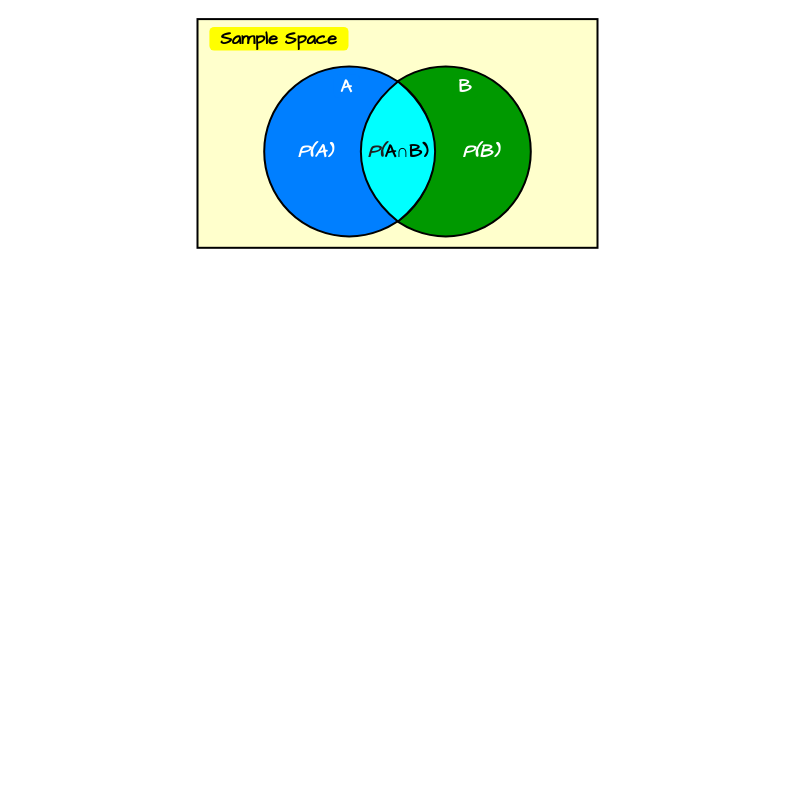
The draw.io diagram Computer Science/Foundations of Computing/Module 03 Probability/resources/Drawings.drawio in ByteToBits/CompScience, before the edit. Source tidied: cells renumbered, new cells numbered last; positions are measured from the earlier drawing's top-left corner, leaving out a move shared by most shapes. Both pictures are drawn from the tidied source at 100%, with x=0, y=0 at pixel (17, 17).
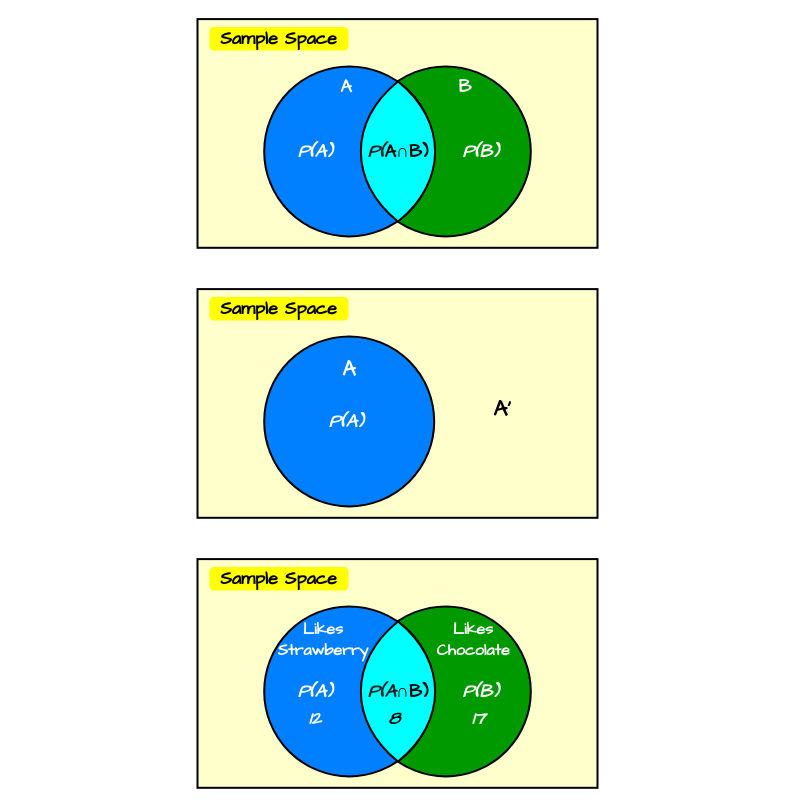
Above is the later version.

Commit message (it also covers changes not shown here):
Probability Theory: Topic 1 Notes Updated

What changed in the source:
```diff
@@
+    <mxCell id="14" style="rounded=1;whiteSpace=wrap;html=1;fillColor=#FFFFCC;strokeColor=default;arcSize=0;strokeWidth=2;" parent="1" vertex="1">
+      <mxGeometry x="180" y="271.6" width="400" height="228.7" as="geometry" />
+    </mxCell>
+    <mxCell id="15" style="ellipse;whiteSpace=wrap;html=1;fillStyle=auto;gradientColor=none;fillColor=#007FFF;shadow=0;strokeWidth=2;" parent="1" vertex="1">
+      <mxGeometry x="246.7" y="318.9" width="170" height="170" as="geometry" />
+    </mxCell>
+    <mxCell id="16" value="&lt;font face=&quot;Comic Sans MS&quot; style=&quot;font-size: 18px;&quot;&gt;&lt;b style=&quot;&quot;&gt;Sample Space&lt;/b&gt;&lt;/font&gt;" style="rounded=1;whiteSpace=wrap;html=1;fillColor=#FFFF00;strokeColor=none;fontColor=#000000;arcSize=20;" parent="1" vertex="1">
+      <mxGeometry x="191.9" y="279.4" width="139.1" height="23.7" as="geometry" />
+    </mxCell>
+    <mxCell id="17" value="&lt;font face=&quot;Comic Sans MS&quot;&gt;&lt;b&gt;A&lt;/b&gt;&lt;/font&gt;" style="rounded=1;whiteSpace=wrap;html=1;fillColor=#007FFF;strokeColor=none;fontColor=#FFFFFF;arcSize=20;fontSize=21;" parent="1" vertex="1">
+      <mxGeometry x="318.7" y="340" width="26.1" height="23.7" as="geometry" />
+    </mxCell>
+    <mxCell id="18" value="&lt;div style=&quot;text-align: start;&quot;&gt;&lt;font face=&quot;Comic Sans MS&quot;&gt;&lt;span style=&quot;font-size: 18px; text-wrap: nowrap;&quot;&gt;&lt;b&gt;&lt;i&gt;P(A)&lt;/i&gt;&lt;/b&gt;&lt;/span&gt;&lt;/font&gt;&lt;/div&gt;" style="rounded=1;whiteSpace=wrap;html=1;fillColor=none;strokeColor=none;arcSize=10;fontColor=#FFFFFF;" parent="1" vertex="1">
+      <mxGeometry x="277.1" y="392.8" width="104.3" height="22.1" as="geometry" />
+    </mxCell>
+    <mxCell id="19" style="rounded=1;whiteSpace=wrap;html=1;arcSize=18;strokeColor=none;fillColor=none;" parent="1" vertex="1">
+      <mxGeometry y="270" width="163.9" height="230.3" as="geometry" />
+    </mxCell>
+    <mxCell id="20" style="rounded=1;whiteSpace=wrap;html=1;arcSize=18;strokeColor=none;fillColor=none;" parent="1" vertex="1">
+      <mxGeometry x="590" y="270" width="163.9" height="230.3" as="geometry" />
+    </mxCell>
+    <mxCell id="21" value="&lt;font face=&quot;Comic Sans MS&quot;&gt;&lt;b&gt;A'&lt;/b&gt;&lt;/font&gt;" style="rounded=1;whiteSpace=wrap;html=1;fillColor=none;strokeColor=none;fontColor=#000000;arcSize=20;fontSize=22;" parent="1" vertex="1">
+      <mxGeometry x="472" y="380" width="26.1" height="23.7" as="geometry" />
+    </mxCell>
+    <mxCell id="22" style="rounded=1;whiteSpace=wrap;html=1;fillColor=#FFFFCC;strokeColor=default;arcSize=0;strokeWidth=2;" parent="1" vertex="1">
+      <mxGeometry x="180" y="541.6" width="400" height="228.7" as="geometry" />
+    </mxCell>
+    <mxCell id="23" style="ellipse;whiteSpace=wrap;html=1;fillStyle=auto;gradientColor=none;fillColor=#009900;shadow=0;strokeWidth=2;" parent="1" vertex="1">
+      <mxGeometry x="343.3" y="588.9" width="170" height="170" as="geometry" />
+    </mxCell>
+    <mxCell id="24" style="ellipse;whiteSpace=wrap;html=1;fillStyle=auto;gradientColor=none;fillColor=#007FFF;shadow=0;strokeWidth=2;" parent="1" vertex="1">
+      <mxGeometry x="246.7" y="588.9" width="170" height="170" as="geometry" />
+    </mxCell>
+    <mxCell id="25" value="&lt;font face=&quot;Comic Sans MS&quot; style=&quot;font-size: 18px;&quot;&gt;&lt;b style=&quot;&quot;&gt;Sample Space&lt;/b&gt;&lt;/font&gt;" style="rounded=1;whiteSpace=wrap;html=1;fillColor=#FFFF00;strokeColor=none;fontColor=#000000;arcSize=20;" parent="1" vertex="1">
+      <mxGeometry x="191.9" y="549.4" width="139.1" height="23.7" as="geometry" />
+    </mxCell>
+    <mxCell id="26" value="&lt;font face=&quot;Comic Sans MS&quot;&gt;&lt;b&gt;Likes Chocolate&lt;/b&gt;&lt;/font&gt;" style="rounded=1;whiteSpace=wrap;html=1;fillColor=#009900;strokeColor=none;fontColor=#FFFFFF;arcSize=20;fontSize=16;" parent="1" vertex="1">
+      <mxGeometry x="442.9" y="610" width="26.1" height="23.7" as="geometry" />
+    </mxCell>
+    <mxCell id="27" value="&lt;div style=&quot;text-align: start;&quot;&gt;&lt;font face=&quot;Comic Sans MS&quot;&gt;&lt;span style=&quot;font-size: 18px; text-wrap: nowrap;&quot;&gt;&lt;b&gt;&lt;i&gt;P(A)&lt;/i&gt;&lt;/b&gt;&lt;/span&gt;&lt;/font&gt;&lt;/div&gt;" style="rounded=1;whiteSpace=wrap;html=1;fillColor=none;strokeColor=none;arcSize=10;fontColor=#FFFFFF;" parent="1" vertex="1">
+      <mxGeometry x="246.2" y="662.8" width="104.3" height="22.1" as="geometry" />
+    </mxCell>
+    <mxCell id="28" style="rounded=1;whiteSpace=wrap;html=1;arcSize=18;strokeColor=none;fillColor=none;" parent="1" vertex="1">
+      <mxGeometry y="540" width="163.9" height="230.3" as="geometry" />
+    </mxCell>
+    <mxCell id="29" value="&lt;div style=&quot;text-align: start;&quot;&gt;&lt;b style=&quot;font-family: &amp;quot;Comic Sans MS&amp;quot;; font-size: 18px; text-wrap: nowrap;&quot;&gt;&lt;i&gt;P(B)&lt;/i&gt;&lt;/b&gt;&lt;br&gt;&lt;/div&gt;" style="rounded=1;whiteSpace=wrap;html=1;fillColor=none;strokeColor=none;arcSize=10;fontColor=#FFFFFF;" parent="1" vertex="1">
+      <mxGeometry x="416.7" y="663" width="93.3" height="22.1" as="geometry" />
+    </mxCell>
+    <mxCell id="30" style="whiteSpace=wrap;html=1;shape=mxgraph.basic.pointed_oval;fillColor=#00FFFF;strokeWidth=2;" parent="1" vertex="1">
+      <mxGeometry x="331" y="604" width="99" height="140" as="geometry" />
+    </mxCell>
+    <mxCell id="31" value="&lt;div style=&quot;text-align: start;&quot;&gt;&lt;span style=&quot;background-color: initial; text-wrap: nowrap;&quot;&gt;&lt;font style=&quot;font-size: 18px;&quot; face=&quot;Comic Sans MS&quot; color=&quot;#222222&quot;&gt;&lt;b style=&quot;&quot;&gt;&lt;i style=&quot;&quot;&gt;P(A&lt;/i&gt;&lt;/b&gt;&lt;/font&gt;&lt;/span&gt;&lt;span style=&quot;font-family: &amp;quot;Comic Sans MS&amp;quot;; font-size: 18px; font-weight: 700; background-color: initial; text-align: center;&quot;&gt;∩B)&lt;/span&gt;&lt;/div&gt;" style="rounded=1;whiteSpace=wrap;html=1;fillColor=none;strokeColor=none;arcSize=10;" parent="1" vertex="1">
+      <mxGeometry x="350.5" y="662.8" width="60" height="22.1" as="geometry" />
+    </mxCell>
+    <mxCell id="32" style="rounded=1;whiteSpace=wrap;html=1;arcSize=18;strokeColor=none;fillColor=none;" parent="1" vertex="1">
+      <mxGeometry x="590" y="540" width="163.9" height="230.3" as="geometry" />
+    </mxCell>
+    <mxCell id="33" value="&lt;div style=&quot;text-align: start;&quot;&gt;&lt;font face=&quot;Comic Sans MS&quot;&gt;&lt;span style=&quot;font-size: 18px; text-wrap: nowrap;&quot;&gt;&lt;b&gt;&lt;i&gt;12&lt;/i&gt;&lt;/b&gt;&lt;/span&gt;&lt;/font&gt;&lt;/div&gt;" style="rounded=1;whiteSpace=wrap;html=1;fillColor=none;strokeColor=none;arcSize=10;fontColor=#FFFFFF;" parent="1" vertex="1">
+      <mxGeometry x="246.2" y="690" width="104.3" height="22.1" as="geometry" />
+    </mxCell>
+    <mxCell id="34" value="&lt;div style=&quot;text-align: start;&quot;&gt;&lt;b style=&quot;font-family: &amp;quot;Comic Sans MS&amp;quot;; font-size: 18px; text-wrap: nowrap;&quot;&gt;&lt;i&gt;17&lt;/i&gt;&lt;/b&gt;&lt;br&gt;&lt;/div&gt;" style="rounded=1;whiteSpace=wrap;html=1;fillColor=none;strokeColor=none;arcSize=10;fontColor=#FFFFFF;" parent="1" vertex="1">
+      <mxGeometry x="414.5" y="690" width="93.3" height="22.1" as="geometry" />
+    </mxCell>
+    <mxCell id="35" value="&lt;font face=&quot;Comic Sans MS&quot;&gt;&lt;b&gt;Likes Strawberry&lt;/b&gt;&lt;/font&gt;" style="rounded=1;whiteSpace=wrap;html=1;fillColor=none;strokeColor=none;fontColor=#FFFFFF;arcSize=20;fontSize=16;" parent="1" vertex="1">
+      <mxGeometry x="293" y="610" width="26.1" height="23.7" as="geometry" />
+    </mxCell>
+    <mxCell id="36" value="&lt;div style=&quot;text-align: start;&quot;&gt;&lt;font color=&quot;#000000&quot; face=&quot;Comic Sans MS&quot;&gt;&lt;span style=&quot;font-size: 18px; text-wrap: nowrap;&quot;&gt;&lt;b&gt;&lt;i&gt;8&lt;/i&gt;&lt;/b&gt;&lt;/span&gt;&lt;/font&gt;&lt;/div&gt;" style="rounded=1;whiteSpace=wrap;html=1;fillColor=none;strokeColor=none;arcSize=10;fontColor=#FFFFFF;" parent="1" vertex="1">
+      <mxGeometry x="357" y="690" width="40" height="22.1" as="geometry" />
+    </mxCell>
```
